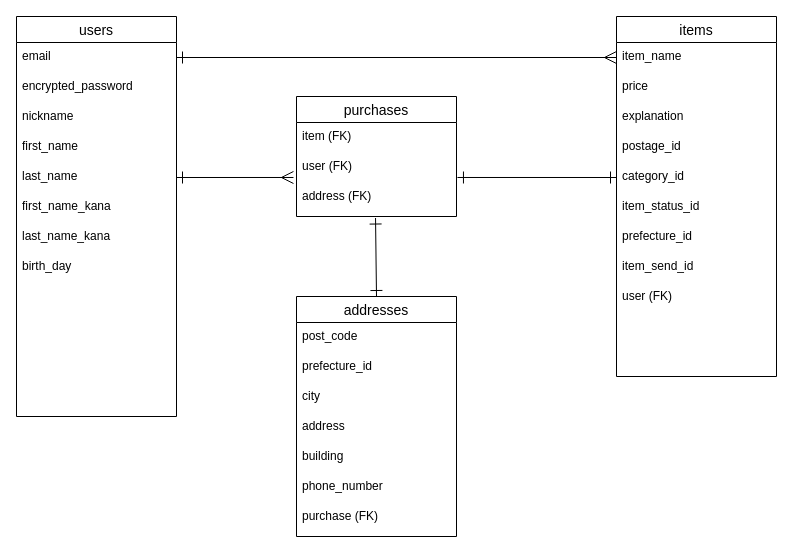
This is furima_er.dio from sonyerhcssa/furima-37382, a draw.io file, before an edit. Source tidied: cells renumbered, new cells numbered last; positions are measured from the earlier drawing's top-left corner, leaving out a move shared by most shapes. Both pictures are drawn from the tidied source at 100%, with x=0, y=0 at pixel (16, 16).
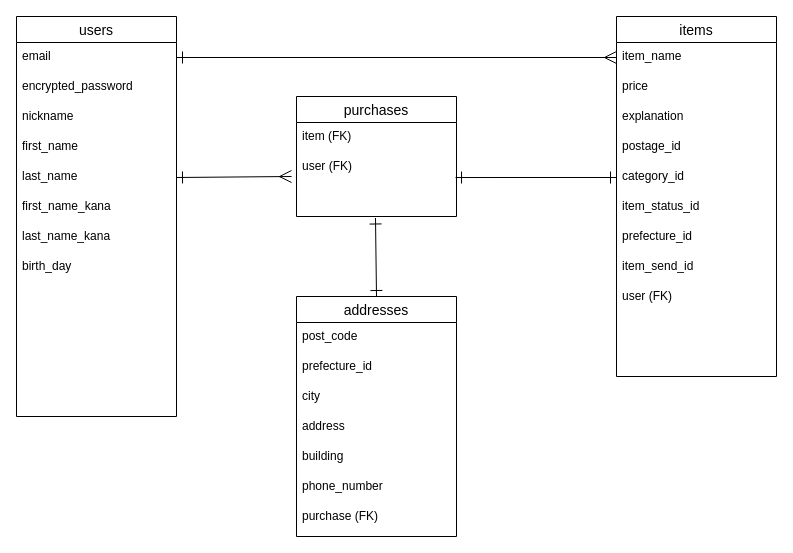
After the change.

The change refers to these unchanged cells:
```xml
<mxCell id="8" value="last_name" style="text;strokeColor=none;fillColor=none;spacingLeft=4;spacingRight=4;overflow=hidden;points=[[0,0.5],[1,0.5]];portConstraint=eastwest;fontSize=12;" parent="3" vertex="1">
  <mxGeometry y="146" width="160" height="30" as="geometry" />
</mxCell>
<mxCell id="17" value="category_id" style="text;strokeColor=none;fillColor=none;spacingLeft=4;spacingRight=4;overflow=hidden;points=[[0,0.5],[1,0.5]];portConstraint=eastwest;fontSize=12;" parent="12" vertex="1">
  <mxGeometry y="146" width="160" height="30" as="geometry" />
</mxCell>
<mxCell id="24" value="purchases" style="swimlane;fontStyle=0;horizontal=1;startSize=26;align=center;fontSize=14;strokeColor=default;" parent="1" vertex="1">
  <mxGeometry x="280" y="80" width="160" height="120" as="geometry" />
</mxCell>
<mxCell id="28" value="addresses" style="swimlane;fontStyle=0;horizontal=1;startSize=26;align=center;fontSize=14;strokeColor=default;" parent="1" vertex="1">
  <mxGeometry x="280" y="280" width="160" height="240" as="geometry" />
</mxCell>
```

Diff of the diagram source:
```diff
@@
-    <mxCell id="2" style="edgeStyle=none;html=1;startArrow=ERone;startFill=0;endArrow=ERmany;endFill=0;startSize=10;endSize=10;strokeColor=default;entryX=-0.019;entryY=0.833;entryDx=0;entryDy=0;entryPerimeter=0;exitX=1;exitY=0.5;exitDx=0;exitDy=0;" parent="1" edge="1" source="8" target="26">
+    <mxCell id="2" style="edgeStyle=none;html=1;startArrow=ERone;startFill=0;endArrow=ERmany;endFill=0;startSize=10;endSize=10;strokeColor=default;entryX=-0.031;entryY=0.375;entryDx=0;entryDy=0;entryPerimeter=0;exitX=1;exitY=0.5;exitDx=0;exitDy=0;" parent="1" edge="1" source="8" target="26">
       <mxGeometry relative="1" as="geometry" />
     </mxCell>
@@
-    <mxCell id="23" style="edgeStyle=none;html=1;startArrow=ERone;startFill=0;endArrow=ERone;endFill=0;startSize=10;endSize=10;strokeColor=default;entryX=0;entryY=0.5;entryDx=0;entryDy=0;exitX=1.006;exitY=0.833;exitDx=0;exitDy=0;exitPerimeter=0;" parent="1" edge="1" source="26" target="17">
+    <mxCell id="23" style="edgeStyle=none;html=1;startArrow=ERone;startFill=0;endArrow=ERone;endFill=0;startSize=10;endSize=10;strokeColor=default;entryX=0;entryY=0.5;entryDx=0;entryDy=0;exitX=0.994;exitY=0.391;exitDx=0;exitDy=0;exitPerimeter=0;" parent="1" edge="1" source="26" target="17">
       <mxGeometry relative="1" as="geometry" />
     </mxCell>
@@
     <mxCell id="26" value="user (FK)" style="text;strokeColor=none;fillColor=none;spacingLeft=4;spacingRight=4;overflow=hidden;points=[[0,0.5],[1,0.5]];portConstraint=eastwest;fontSize=12;" parent="24" vertex="1">
-      <mxGeometry y="56" width="160" height="30" as="geometry" />
+      <mxGeometry y="56" width="160" height="64" as="geometry" />
     </mxCell>
-    <mxCell id="27" value="address (FK)" style="text;strokeColor=none;fillColor=none;spacingLeft=4;spacingRight=4;overflow=hidden;points=[[0,0.5],[1,0.5]];portConstraint=eastwest;fontSize=12;" parent="24" vertex="1">
-      <mxGeometry y="86" width="160" height="34" as="geometry" />
-    </mxCell>
@@
-    <mxCell id="36" style="edgeStyle=none;html=1;startArrow=ERone;startFill=0;endArrow=ERone;endFill=0;startSize=10;endSize=10;strokeColor=default;entryX=0.5;entryY=0;entryDx=0;entryDy=0;exitX=0.494;exitY=1.045;exitDx=0;exitDy=0;exitPerimeter=0;" parent="1" edge="1" source="27" target="28">
-      <mxGeometry relative="1" as="geometry" />
+    <mxCell id="36" style="edgeStyle=none;html=1;startArrow=ERone;startFill=0;endArrow=ERone;endFill=0;startSize=10;endSize=10;strokeColor=default;entryX=0.5;entryY=0;entryDx=0;entryDy=0;exitX=0.494;exitY=1.045;exitDx=0;exitDy=0;exitPerimeter=0;" parent="1" edge="1" target="28">
+      <mxGeometry relative="1" as="geometry">
+        <mxPoint x="359" y="201.5" as="sourcePoint" />
+      </mxGeometry>
     </mxCell>
```
